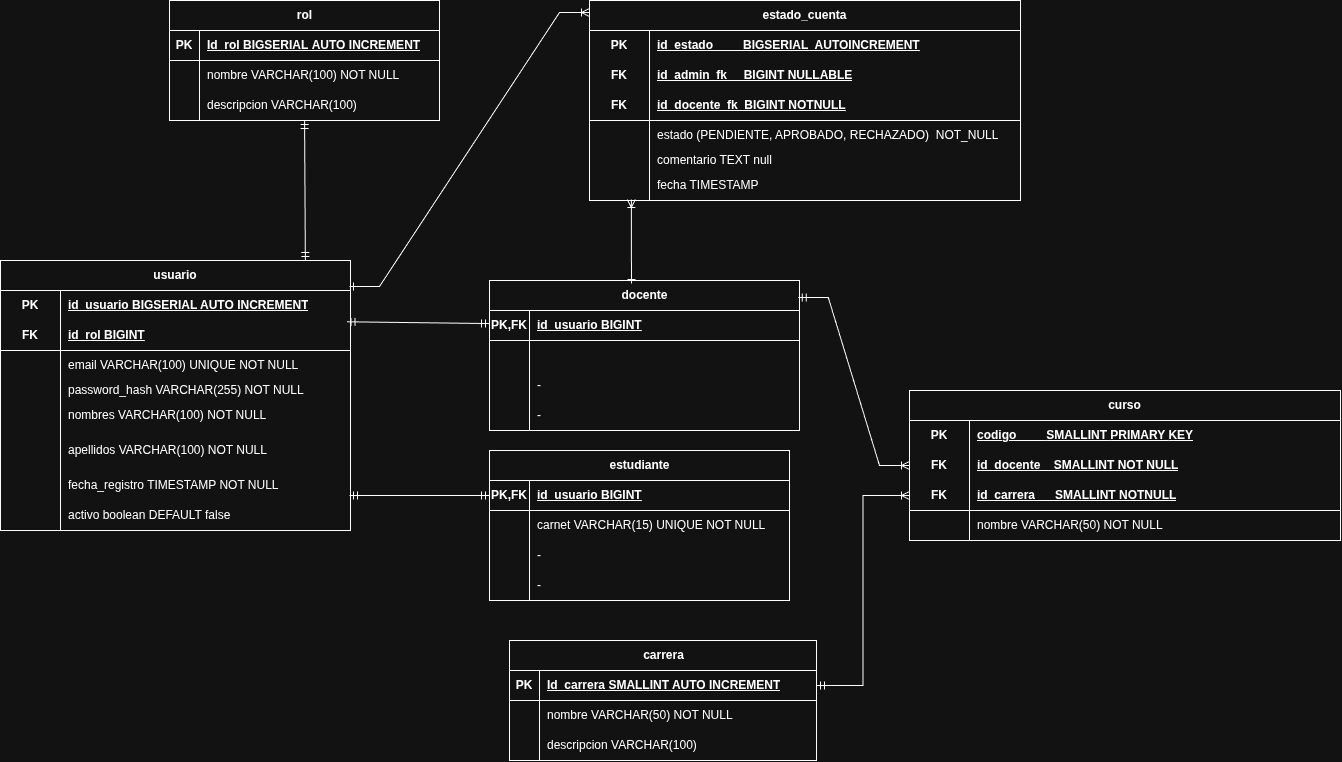
This is diagramas/logico/exports/v1_s2_diagrama_logico.drawio.png from piti-codenbugs/sgea-db, a draw.io export, as it was before one commit. Source tidied: cells renumbered, new cells last; positions are measured from the earlier drawing's top-left corner, leaving out a move shared by most shapes.
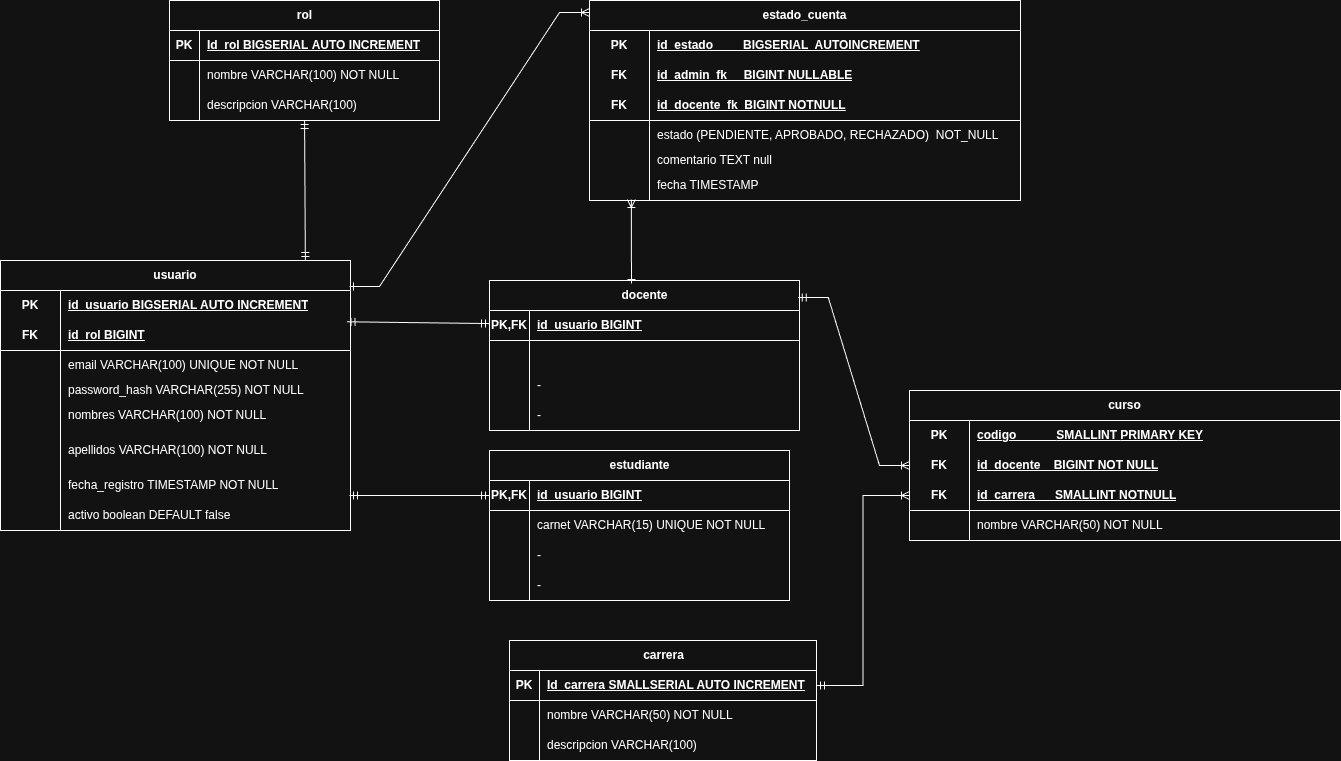
The same file after the commit.

The edit, as a diff of the source:
```diff
@@ -270,7 +270,7 @@
     <mxCell id="89" value="PK" style="shape=partialRectangle;fillColor=none;top=0;left=0;bottom=0;right=0;fontStyle=1;overflow=hidden;html=1;whiteSpace=wrap;" parent="88" vertex="1">
       <mxGeometry width="60" height="30" as="geometry" />
     </mxCell>
-    <mxCell id="90" value="codigo&amp;nbsp; &amp;nbsp; &amp;nbsp; &amp;nbsp; &amp;nbsp;&lt;span class=&quot;undefined&quot; style=&quot;background-color: transparent; color: light-dark(rgb(0, 0, 0), rgb(255, 255, 255));&quot;&gt;SMALLINT &lt;/span&gt;&lt;span class=&quot;mexSqb&quot; style=&quot;background-color: transparent; color: light-dark(rgb(0, 0, 0), rgb(255, 255, 255));&quot;&gt;PRIMARY&lt;/span&gt;&lt;span class=&quot;undefined&quot; style=&quot;background-color: transparent; color: light-dark(rgb(0, 0, 0), rgb(255, 255, 255));&quot;&gt; &lt;/span&gt;&lt;span class=&quot;mexSqb&quot; aria-owns=&quot;action-menu-parent-container&quot; style=&quot;background-color: transparent; color: light-dark(rgb(0, 0, 0), rgb(255, 255, 255));&quot;&gt;KEY&lt;/span&gt;" style="shape=partialRectangle;fillColor=none;top=0;left=0;bottom=0;right=0;align=left;spacingLeft=6;fontStyle=5;overflow=hidden;html=1;whiteSpace=wrap;" parent="88" vertex="1">
+    <mxCell id="90" value="codigo&amp;nbsp; &amp;nbsp; &amp;nbsp; &amp;nbsp; &amp;nbsp; &amp;nbsp;&amp;nbsp;&lt;span class=&quot;undefined&quot; style=&quot;background-color: transparent; color: light-dark(rgb(0, 0, 0), rgb(255, 255, 255));&quot;&gt;SMALLINT &lt;/span&gt;&lt;span class=&quot;mexSqb&quot; style=&quot;background-color: transparent; color: light-dark(rgb(0, 0, 0), rgb(255, 255, 255));&quot;&gt;PRIMARY&lt;/span&gt;&lt;span class=&quot;undefined&quot; style=&quot;background-color: transparent; color: light-dark(rgb(0, 0, 0), rgb(255, 255, 255));&quot;&gt; &lt;/span&gt;&lt;span class=&quot;mexSqb&quot; aria-owns=&quot;action-menu-parent-container&quot; style=&quot;background-color: transparent; color: light-dark(rgb(0, 0, 0), rgb(255, 255, 255));&quot;&gt;KEY&lt;/span&gt;" style="shape=partialRectangle;fillColor=none;top=0;left=0;bottom=0;right=0;align=left;spacingLeft=6;fontStyle=5;overflow=hidden;html=1;whiteSpace=wrap;" parent="88" vertex="1">
       <mxGeometry x="60" width="371" height="30" as="geometry" />
     </mxCell>
     <mxCell id="91" style="shape=tableRow;horizontal=0;startSize=0;swimlaneHead=0;swimlaneBody=0;fillColor=none;points=[[0,0.5],[1,0.5]];portConstraint=eastwest;top=0;left=0;right=0;bottom=0;html=1;" parent="87" vertex="1">
@@ -279,7 +279,7 @@
     <mxCell id="92" value="FK" style="shape=partialRectangle;fillColor=none;top=0;left=0;bottom=0;right=0;fontStyle=1;overflow=hidden;html=1;whiteSpace=wrap;" parent="91" vertex="1">
       <mxGeometry width="60" height="30" as="geometry" />
     </mxCell>
-    <mxCell id="93" value="id_docente&amp;nbsp; &amp;nbsp; SMALLINT NOT NULL" style="shape=partialRectangle;fillColor=none;top=0;left=0;bottom=0;right=0;align=left;spacingLeft=6;fontStyle=5;overflow=hidden;html=1;whiteSpace=wrap;" parent="91" vertex="1">
+    <mxCell id="93" value="id_docente&amp;nbsp; &amp;nbsp; BIGINT NOT NULL" style="shape=partialRectangle;fillColor=none;top=0;left=0;bottom=0;right=0;align=left;spacingLeft=6;fontStyle=5;overflow=hidden;html=1;whiteSpace=wrap;" parent="91" vertex="1">
       <mxGeometry x="60" width="371" height="30" as="geometry" />
     </mxCell>
     <mxCell id="94" style="shape=tableRow;horizontal=0;startSize=0;swimlaneHead=0;swimlaneBody=0;fillColor=none;points=[[0,0.5],[1,0.5]];portConstraint=eastwest;top=0;left=0;right=0;bottom=1;html=1;" parent="87" vertex="1">
@@ -312,7 +312,7 @@
     <mxCell id="103" value="PK" style="shape=partialRectangle;fillColor=none;top=0;left=0;bottom=0;right=0;fontStyle=1;overflow=hidden;whiteSpace=wrap;html=1;" parent="102" vertex="1">
       <mxGeometry width="30" height="30" as="geometry" />
     </mxCell>
-    <mxCell id="104" value="Id_carrera SMALLINT AUTO INCREMENT" style="shape=partialRectangle;fillColor=none;top=0;left=0;bottom=0;right=0;align=left;spacingLeft=6;fontStyle=5;overflow=hidden;whiteSpace=wrap;html=1;" parent="102" vertex="1">
+    <mxCell id="104" value="Id_carrera SMALLSERIAL AUTO INCREMENT" style="shape=partialRectangle;fillColor=none;top=0;left=0;bottom=0;right=0;align=left;spacingLeft=6;fontStyle=5;overflow=hidden;whiteSpace=wrap;html=1;" parent="102" vertex="1">
       <mxGeometry x="30" width="277" height="30" as="geometry" />
     </mxCell>
     <mxCell id="105" style="shape=tableRow;horizontal=0;startSize=0;swimlaneHead=0;swimlaneBody=0;fillColor=none;top=0;left=0;right=0;bottom=0;" parent="101" vertex="1">
```
